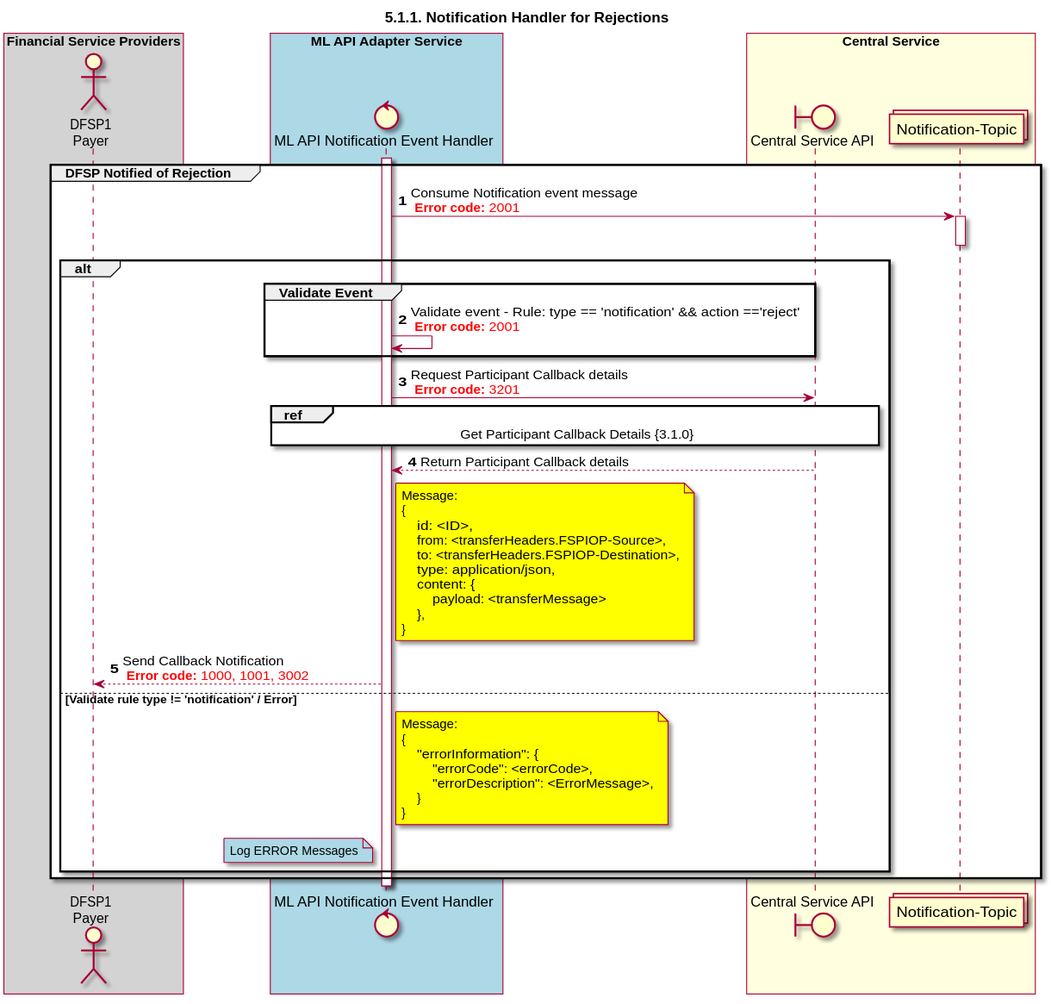
Before: CentralServices/seq_diagrams/seq-notification-reject-5.1.1.svg, a diagram exported from PlantUML (HenkKodde/docs).
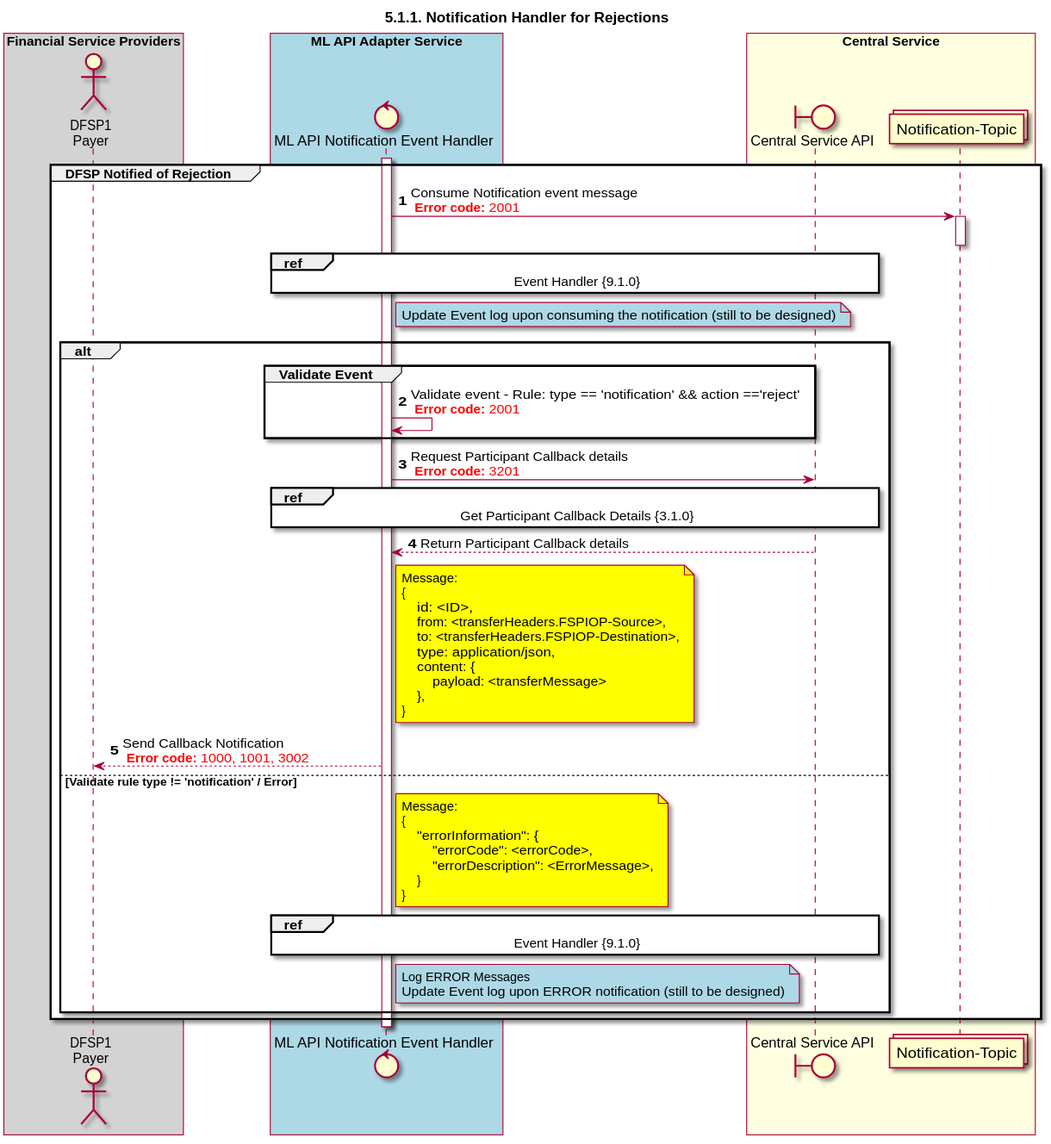
The same file after the commit.

Commit message:
Update as per Miguel's request to include ref to 9.1.0 - Event Handler

Diff of the diagram source:
```diff
@@ -28,7 +28,12 @@
     NOTIFY_HANDLER -> TOPIC_NOTIFICATIONS: Consume Notification event message \n <color #FF0000><b>Error code:</b> 2001 </color>
     activate TOPIC_NOTIFICATIONS
     deactivate TOPIC_NOTIFICATIONS
-    alt
+        ref over NOTIFY_HANDLER, CSAPI: Event Handler {9.1.0}
+            note right of NOTIFY_HANDLER #lightblue
+                Update Event log upon consuming the notification (still to be designed)
+            end note
+
+        alt
         group Validate Event
             NOTIFY_HANDLER <-> NOTIFY_HANDLER: Validate event - Rule: type == 'notification' && action =='reject' \n <color #FF0000><b>Error code:</b> 2001 </color>
         end
@@ -59,10 +64,11 @@
                 }
             }
         end note
-
-        note left of NOTIFY_HANDLER #lightblue
+        ref over NOTIFY_HANDLER, CSAPI: Event Handler {9.1.0}
+            note right of NOTIFY_HANDLER #lightblue
             Log ERROR Messages
-        end note
+            Update Event log upon ERROR notification (still to be designed)
+            end note
     end
 end
 deactivate TOPIC_NOTIFICATIONS
```
